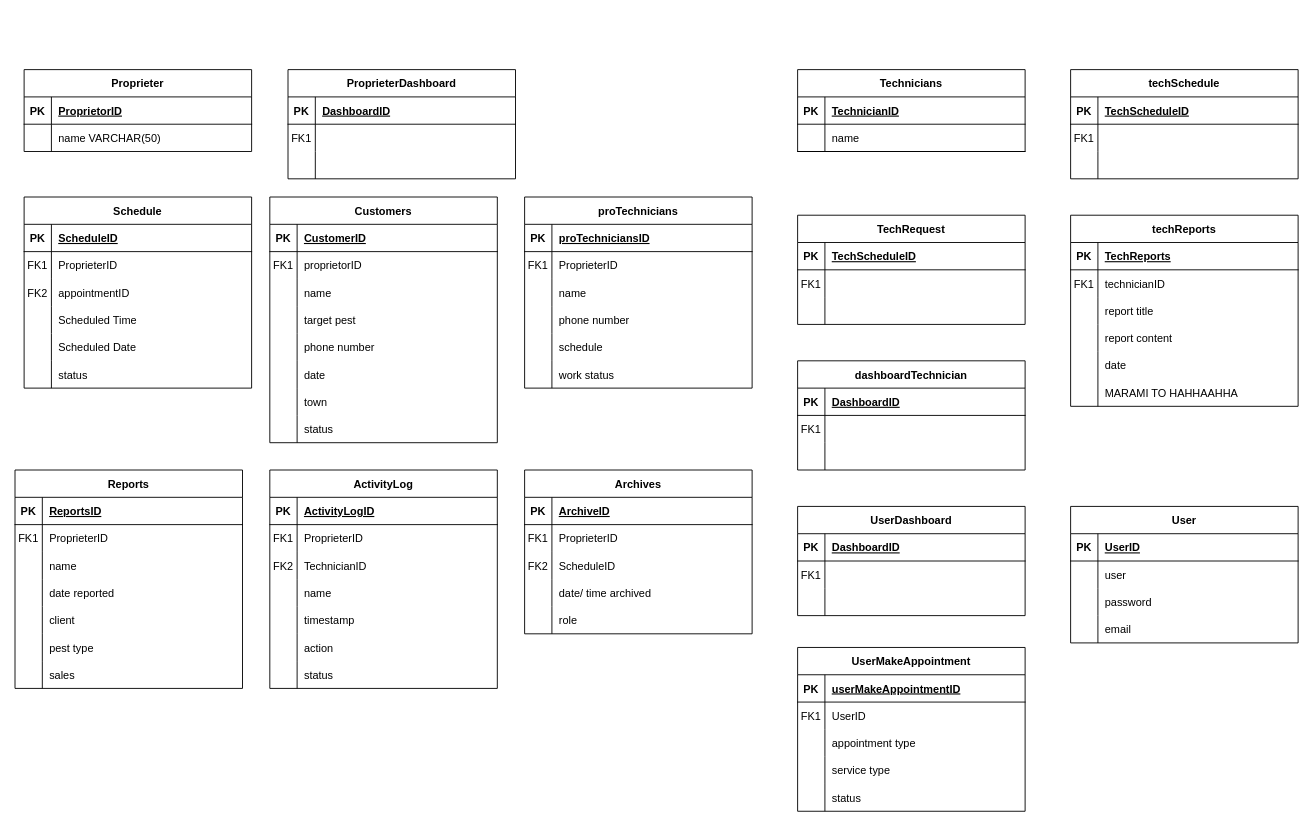
Before: Untitled Diagram.drawio in cedcedie/QueueFormHannah, a draw.io diagram. Source tidied: cells renumbered, new cells numbered last; positions are measured from the earlier drawing's top-left corner, leaving out a move shared by most shapes. Both pictures are drawn from the tidied source at 91%, with x=0, y=0 at pixel (15, 69).
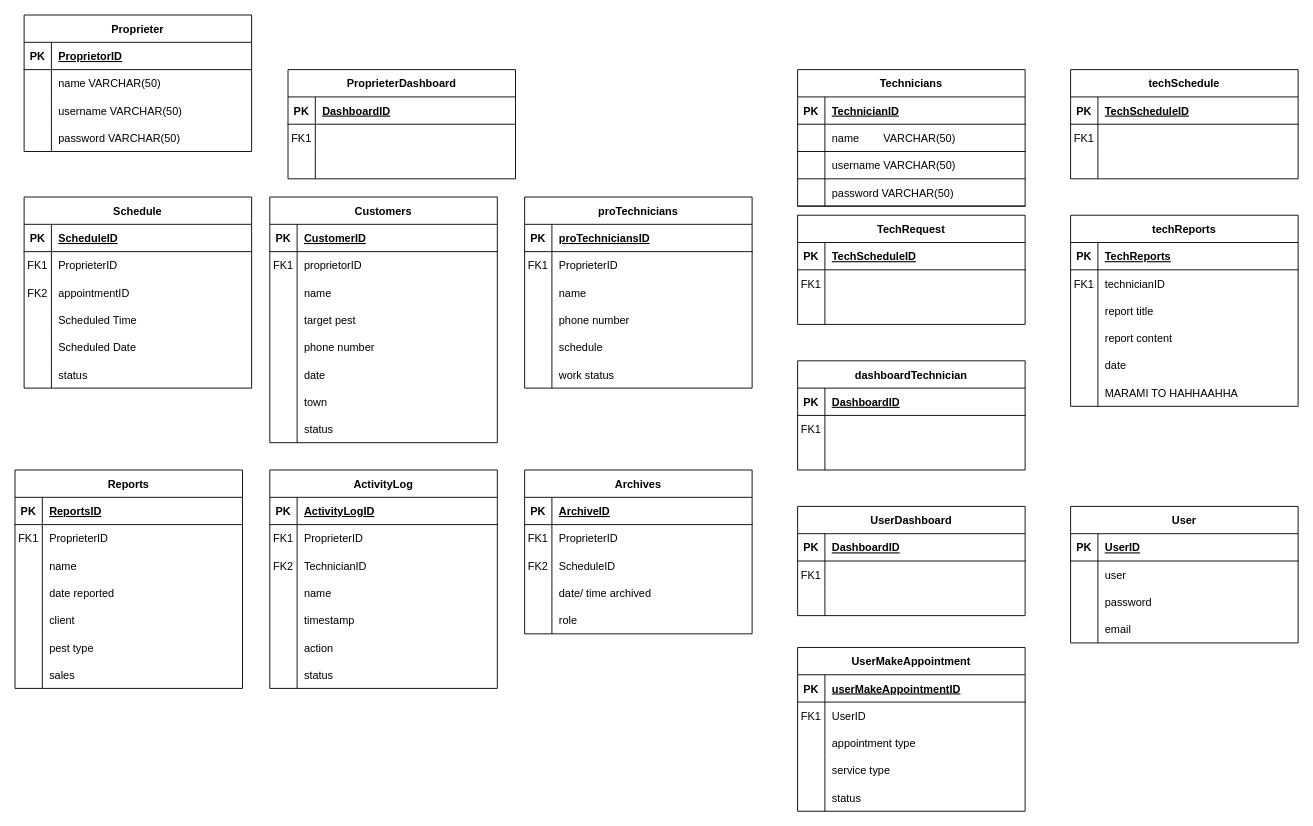
After the change.

Unchanged cells that the change refers to:
```xml
<mxCell id="136" style="shape=partialRectangle;fillColor=none;top=0;left=0;right=0;bottom=1;" parent="132" vertex="1">
  <mxGeometry y="60" width="250" height="30" as="geometry" />
</mxCell>
```

Diff of the diagram source:
```diff
@@
     <mxCell id="2" value="Proprieter" style="shape=table;startSize=30;childLayout=tableLayout;rowLines=0;fontStyle=1;align=center;" parent="1" vertex="1">
-      <mxGeometry x="10" width="250" height="90" as="geometry" />
+      <mxGeometry x="10" y="-60" width="250" height="150" as="geometry" />
     </mxCell>
@@
+    <mxCell id="237" style="shape=partialRectangle;fillColor=none;top=0;left=0;right=0;bottom=0;" parent="2" vertex="1">
+      <mxGeometry y="90" width="250" height="30" as="geometry" />
+    </mxCell>
+    <mxCell id="238" style="shape=partialRectangle;overflow=hidden;fillColor=none;top=0;left=0;bottom=0;right=0;" parent="237" vertex="1">
+      <mxGeometry width="30" height="30" as="geometry" />
+    </mxCell>
+    <mxCell id="239" style="shape=partialRectangle;overflow=hidden;fillColor=none;top=0;left=0;bottom=0;right=0;align=left;spacingLeft=6;" parent="237" vertex="1">
+      <mxGeometry x="30" width="220" height="30" as="geometry" />
+    </mxCell>
+    <mxCell id="240" style="shape=partialRectangle;fillColor=none;top=0;left=0;right=0;bottom=0;" parent="2" vertex="1">
+      <mxGeometry y="120" width="250" height="30" as="geometry" />
+    </mxCell>
+    <mxCell id="241" style="shape=partialRectangle;overflow=hidden;fillColor=none;top=0;left=0;bottom=0;right=0;" parent="240" vertex="1">
+      <mxGeometry width="30" height="30" as="geometry" />
+    </mxCell>
+    <mxCell id="242" style="shape=partialRectangle;overflow=hidden;fillColor=none;top=0;left=0;bottom=0;right=0;align=left;spacingLeft=6;" parent="240" vertex="1">
+      <mxGeometry x="30" width="220" height="30" as="geometry" />
+    </mxCell>
@@
     <mxCell id="132" value="Technicians" style="shape=table;startSize=30;childLayout=tableLayout;rowLines=0;fontStyle=1;align=center;" parent="1" vertex="1">
-      <mxGeometry x="860" width="250" height="90" as="geometry" />
+      <mxGeometry x="860" width="250" height="150" as="geometry" />
     </mxCell>
@@
-    <mxCell id="138" value="name" style="shape=partialRectangle;overflow=hidden;fillColor=none;top=0;left=0;bottom=0;right=0;align=left;spacingLeft=6;fontStyle=0;" parent="136" vertex="1">
+    <mxCell id="138" value="name        VARCHAR(50)" style="shape=partialRectangle;overflow=hidden;fillColor=none;top=0;left=0;bottom=0;right=0;align=left;spacingLeft=6;fontStyle=0;" parent="136" vertex="1">
       <mxGeometry x="30" width="220" height="30" as="geometry" />
     </mxCell>
+    <mxCell id="243" style="shape=partialRectangle;fillColor=none;top=0;left=0;right=0;bottom=1;" parent="132" vertex="1">
+      <mxGeometry y="90" width="250" height="30" as="geometry" />
+    </mxCell>
+    <mxCell id="244" style="shape=partialRectangle;overflow=hidden;fillColor=none;top=0;left=0;bottom=0;right=0;fontStyle=0;" parent="243" vertex="1">
+      <mxGeometry width="30" height="30" as="geometry" />
+    </mxCell>
+    <mxCell id="245" style="shape=partialRectangle;overflow=hidden;fillColor=none;top=0;left=0;bottom=0;right=0;align=left;spacingLeft=6;fontStyle=0;" parent="243" vertex="1">
+      <mxGeometry x="30" width="220" height="30" as="geometry" />
+    </mxCell>
+    <mxCell id="246" style="shape=partialRectangle;fillColor=none;top=0;left=0;right=0;bottom=1;" parent="132" vertex="1">
+      <mxGeometry y="120" width="250" height="30" as="geometry" />
+    </mxCell>
+    <mxCell id="247" style="shape=partialRectangle;overflow=hidden;fillColor=none;top=0;left=0;bottom=0;right=0;fontStyle=0;" parent="246" vertex="1">
+      <mxGeometry width="30" height="30" as="geometry" />
+    </mxCell>
+    <mxCell id="248" style="shape=partialRectangle;overflow=hidden;fillColor=none;top=0;left=0;bottom=0;right=0;align=left;spacingLeft=6;fontStyle=0;" parent="246" vertex="1">
+      <mxGeometry x="30" width="220" height="30" as="geometry" />
+    </mxCell>
@@
+    <mxCell id="249" style="shape=partialRectangle;fillColor=none;top=0;left=0;right=0;bottom=0;" parent="1" vertex="1">
+      <mxGeometry x="10" y="30" width="250" height="30" as="geometry" />
+    </mxCell>
+    <mxCell id="250" style="shape=partialRectangle;overflow=hidden;fillColor=none;top=0;left=0;bottom=0;right=0;" parent="249" vertex="1">
+      <mxGeometry width="30" height="30" as="geometry" />
+    </mxCell>
+    <mxCell id="251" value="username VARCHAR(50)" style="shape=partialRectangle;overflow=hidden;fillColor=none;top=0;left=0;bottom=0;right=0;align=left;spacingLeft=6;" parent="249" vertex="1">
+      <mxGeometry x="30" width="220" height="30" as="geometry" />
+    </mxCell>
+    <mxCell id="252" style="shape=partialRectangle;fillColor=none;top=0;left=0;right=0;bottom=0;" parent="1" vertex="1">
+      <mxGeometry x="10" y="60" width="250" height="30" as="geometry" />
+    </mxCell>
+    <mxCell id="253" style="shape=partialRectangle;overflow=hidden;fillColor=none;top=0;left=0;bottom=0;right=0;" parent="252" vertex="1">
+      <mxGeometry width="30" height="30" as="geometry" />
+    </mxCell>
+    <mxCell id="254" value="password VARCHAR(50)" style="shape=partialRectangle;overflow=hidden;fillColor=none;top=0;left=0;bottom=0;right=0;align=left;spacingLeft=6;" parent="252" vertex="1">
+      <mxGeometry x="30" width="220" height="30" as="geometry" />
+    </mxCell>
+    <mxCell id="255" style="shape=partialRectangle;fillColor=none;top=0;left=0;right=0;bottom=0;" parent="1" vertex="1">
+      <mxGeometry x="860" y="90" width="250" height="30" as="geometry" />
+    </mxCell>
+    <mxCell id="256" style="shape=partialRectangle;overflow=hidden;fillColor=none;top=0;left=0;bottom=0;right=0;" parent="255" vertex="1">
+      <mxGeometry width="30" height="30" as="geometry" />
+    </mxCell>
+    <mxCell id="257" value="username VARCHAR(50)" style="shape=partialRectangle;overflow=hidden;fillColor=none;top=0;left=0;bottom=0;right=0;align=left;spacingLeft=6;" parent="255" vertex="1">
+      <mxGeometry x="30" width="220" height="30" as="geometry" />
+    </mxCell>
+    <mxCell id="258" style="shape=partialRectangle;fillColor=none;top=0;left=0;right=0;bottom=0;" parent="1" vertex="1">
+      <mxGeometry x="860" y="120" width="250" height="30" as="geometry" />
+    </mxCell>
+    <mxCell id="259" style="shape=partialRectangle;overflow=hidden;fillColor=none;top=0;left=0;bottom=0;right=0;" parent="258" vertex="1">
+      <mxGeometry width="30" height="30" as="geometry" />
+    </mxCell>
+    <mxCell id="260" value="password VARCHAR(50)" style="shape=partialRectangle;overflow=hidden;fillColor=none;top=0;left=0;bottom=0;right=0;align=left;spacingLeft=6;" parent="258" vertex="1">
+      <mxGeometry x="30" width="220" height="30" as="geometry" />
+    </mxCell>
```
